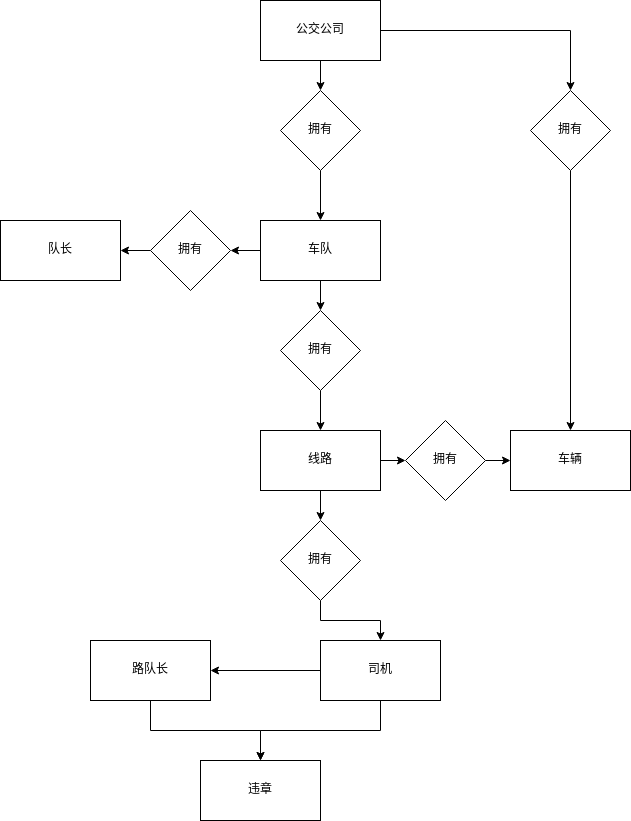
Earlier version of the draw.io export doc/er-image.png (xeonds/bus-admin). Source tidied: cells renumbered, new cells last; positions are measured from the earlier drawing's top-left corner, leaving out a move shared by most shapes. Source of this version:
```xml
<mxGraphModel>
  <root>
    <mxCell id="0" />
    <mxCell id="1" parent="0" />
    <mxCell id="2" style="edgeStyle=orthogonalEdgeStyle;rounded=0;jettySize=auto;html=1;entryX=0.5;entryY=0;entryDx=0;entryDy=0;" parent="1" edge="1" source="4" target="20">
      <mxGeometry relative="1" as="geometry" />
    </mxCell>
    <mxCell id="3" style="edgeStyle=orthogonalEdgeStyle;rounded=0;jettySize=auto;html=1;" parent="1" edge="1" source="4" target="24">
      <mxGeometry relative="1" as="geometry" />
    </mxCell>
    <mxCell id="4" value="&lt;div&gt;公交公司&lt;/div&gt;" style="rounded=0;whiteSpace=wrap;html=1;" parent="1" vertex="1">
      <mxGeometry x="260" width="120" height="60" as="geometry" />
    </mxCell>
    <mxCell id="5" value="&lt;div&gt;车辆&lt;/div&gt;" style="rounded=0;whiteSpace=wrap;html=1;" parent="1" vertex="1">
      <mxGeometry x="510" y="430" width="120" height="60" as="geometry" />
    </mxCell>
    <mxCell id="6" style="edgeStyle=orthogonalEdgeStyle;rounded=0;jettySize=auto;html=1;" parent="1" edge="1" source="8" target="26">
      <mxGeometry relative="1" as="geometry" />
    </mxCell>
    <mxCell id="7" style="edgeStyle=orthogonalEdgeStyle;rounded=0;jettySize=auto;html=1;" parent="1" edge="1" source="8" target="28">
      <mxGeometry relative="1" as="geometry" />
    </mxCell>
    <mxCell id="8" value="车队" style="rounded=0;whiteSpace=wrap;html=1;" parent="1" vertex="1">
      <mxGeometry x="260" y="220" width="120" height="60" as="geometry" />
    </mxCell>
    <mxCell id="9" style="edgeStyle=orthogonalEdgeStyle;rounded=0;jettySize=auto;html=1;" parent="1" edge="1" source="11" target="17">
      <mxGeometry relative="1" as="geometry" />
    </mxCell>
    <mxCell id="10" style="edgeStyle=orthogonalEdgeStyle;rounded=0;jettySize=auto;html=1;entryX=0.5;entryY=0;entryDx=0;entryDy=0;" parent="1" edge="1" source="11" target="18">
      <mxGeometry relative="1" as="geometry" />
    </mxCell>
    <mxCell id="11" value="司机" style="rounded=0;whiteSpace=wrap;html=1;" parent="1" vertex="1">
      <mxGeometry x="320" y="640" width="120" height="60" as="geometry" />
    </mxCell>
    <mxCell id="12" style="edgeStyle=orthogonalEdgeStyle;rounded=0;jettySize=auto;html=1;" parent="1" edge="1" source="14" target="22">
      <mxGeometry relative="1" as="geometry" />
    </mxCell>
    <mxCell id="13" style="edgeStyle=orthogonalEdgeStyle;rounded=0;jettySize=auto;html=1;entryX=0.5;entryY=0;entryDx=0;entryDy=0;" parent="1" edge="1" source="14" target="30">
      <mxGeometry relative="1" as="geometry" />
    </mxCell>
    <mxCell id="14" value="线路" style="whiteSpace=wrap;html=1;" parent="1" vertex="1">
      <mxGeometry x="260" y="430" width="120" height="60" as="geometry" />
    </mxCell>
    <mxCell id="15" value="&lt;div&gt;队长&lt;/div&gt;" style="whiteSpace=wrap;html=1;" parent="1" vertex="1">
      <mxGeometry y="220" width="120" height="60" as="geometry" />
    </mxCell>
    <mxCell id="16" style="edgeStyle=orthogonalEdgeStyle;rounded=0;jettySize=auto;html=1;entryX=0.5;entryY=0;entryDx=0;entryDy=0;" parent="1" edge="1" source="17" target="18">
      <mxGeometry relative="1" as="geometry" />
    </mxCell>
    <mxCell id="17" value="路队长" style="whiteSpace=wrap;html=1;" parent="1" vertex="1">
      <mxGeometry x="90" y="640" width="120" height="60" as="geometry" />
    </mxCell>
    <mxCell id="18" value="违章" style="whiteSpace=wrap;html=1;" parent="1" vertex="1">
      <mxGeometry x="200" y="760" width="120" height="60" as="geometry" />
    </mxCell>
    <mxCell id="19" style="edgeStyle=orthogonalEdgeStyle;rounded=0;jettySize=auto;html=1;" parent="1" edge="1" source="20" target="5">
      <mxGeometry relative="1" as="geometry" />
    </mxCell>
    <mxCell id="20" value="拥有" style="rhombus;whiteSpace=wrap;html=1;" parent="1" vertex="1">
      <mxGeometry x="530" y="90" width="80" height="80" as="geometry" />
    </mxCell>
    <mxCell id="21" style="edgeStyle=orthogonalEdgeStyle;rounded=0;jettySize=auto;html=1;" parent="1" edge="1" source="22" target="5">
      <mxGeometry relative="1" as="geometry" />
    </mxCell>
    <mxCell id="22" value="拥有" style="rhombus;whiteSpace=wrap;html=1;" parent="1" vertex="1">
      <mxGeometry x="405" y="420" width="80" height="80" as="geometry" />
    </mxCell>
    <mxCell id="23" style="edgeStyle=orthogonalEdgeStyle;rounded=0;jettySize=auto;html=1;" parent="1" edge="1" source="24" target="8">
      <mxGeometry relative="1" as="geometry" />
    </mxCell>
    <mxCell id="24" value="拥有" style="rhombus;whiteSpace=wrap;html=1;" parent="1" vertex="1">
      <mxGeometry x="280" y="90" width="80" height="80" as="geometry" />
    </mxCell>
    <mxCell id="25" style="edgeStyle=orthogonalEdgeStyle;rounded=0;jettySize=auto;html=1;" parent="1" edge="1" source="26" target="15">
      <mxGeometry relative="1" as="geometry" />
    </mxCell>
    <mxCell id="26" value="拥有" style="rhombus;whiteSpace=wrap;html=1;" parent="1" vertex="1">
      <mxGeometry x="150" y="210" width="80" height="80" as="geometry" />
    </mxCell>
    <mxCell id="27" style="edgeStyle=orthogonalEdgeStyle;rounded=0;jettySize=auto;html=1;" parent="1" edge="1" source="28" target="14">
      <mxGeometry relative="1" as="geometry" />
    </mxCell>
    <mxCell id="28" value="拥有" style="rhombus;whiteSpace=wrap;html=1;" parent="1" vertex="1">
      <mxGeometry x="280" y="310" width="80" height="80" as="geometry" />
    </mxCell>
    <mxCell id="29" style="edgeStyle=orthogonalEdgeStyle;rounded=0;jettySize=auto;html=1;entryX=0.5;entryY=0;entryDx=0;entryDy=0;" parent="1" edge="1" source="30" target="11">
      <mxGeometry relative="1" as="geometry" />
    </mxCell>
    <mxCell id="30" value="拥有" style="rhombus;whiteSpace=wrap;html=1;" parent="1" vertex="1">
      <mxGeometry x="280" y="520" width="80" height="80" as="geometry" />
    </mxCell>
  </root>
</mxGraphModel>
```
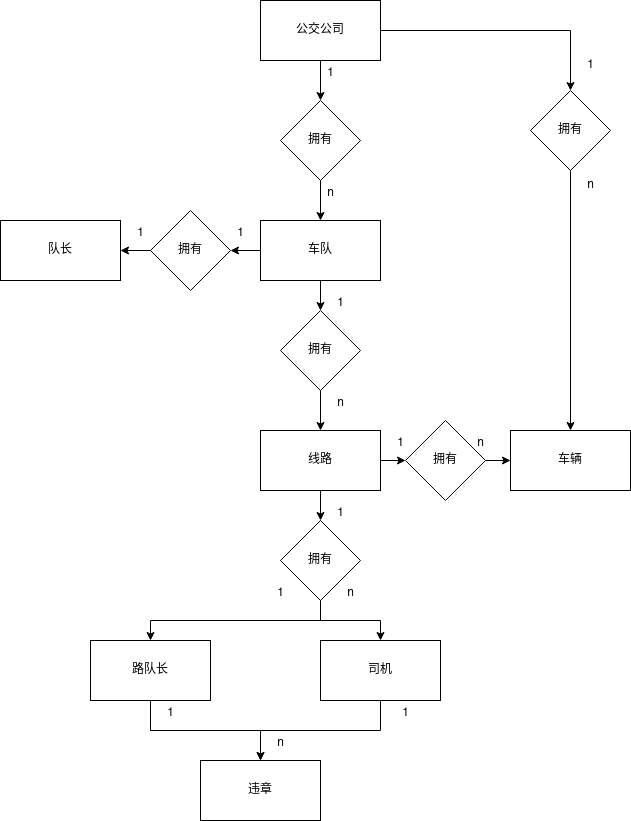
Later version of the same file.

Change to the diagram source:
```diff
@@ -23,7 +23,7 @@
     <mxCell id="8" value="车队" style="rounded=0;whiteSpace=wrap;html=1;" parent="1" vertex="1">
       <mxGeometry x="260" y="220" width="120" height="60" as="geometry" />
     </mxCell>
-    <mxCell id="9" style="edgeStyle=orthogonalEdgeStyle;rounded=0;jettySize=auto;html=1;" parent="1" edge="1" source="11" target="17">
+    <mxCell id="9" style="edgeStyle=orthogonalEdgeStyle;rounded=0;jettySize=auto;html=1;exitX=0.5;exitY=1;exitDx=0;exitDy=0;" parent="1" edge="1" source="30" target="17">
       <mxGeometry relative="1" as="geometry" />
     </mxCell>
     <mxCell id="10" style="edgeStyle=orthogonalEdgeStyle;rounded=0;jettySize=auto;html=1;entryX=0.5;entryY=0;entryDx=0;entryDy=0;" parent="1" edge="1" source="11" target="18">
@@ -69,7 +69,7 @@
       <mxGeometry relative="1" as="geometry" />
     </mxCell>
     <mxCell id="24" value="拥有" style="rhombus;whiteSpace=wrap;html=1;" parent="1" vertex="1">
-      <mxGeometry x="280" y="90" width="80" height="80" as="geometry" />
+      <mxGeometry x="280" y="100" width="80" height="80" as="geometry" />
     </mxCell>
     <mxCell id="25" style="edgeStyle=orthogonalEdgeStyle;rounded=0;jettySize=auto;html=1;" parent="1" edge="1" source="26" target="15">
       <mxGeometry relative="1" as="geometry" />
@@ -89,5 +89,53 @@
     <mxCell id="30" value="拥有" style="rhombus;whiteSpace=wrap;html=1;" parent="1" vertex="1">
       <mxGeometry x="280" y="520" width="80" height="80" as="geometry" />
     </mxCell>
+    <mxCell id="31" value="1" style="text;html=1;align=center;verticalAlign=middle;strokeColor=none;fillColor=none;" parent="1" vertex="1">
+      <mxGeometry x="575" y="50" width="30" height="30" as="geometry" />
+    </mxCell>
+    <mxCell id="32" value="n" style="text;html=1;align=center;verticalAlign=middle;strokeColor=none;fillColor=none;" parent="1" vertex="1">
+      <mxGeometry x="575" y="170" width="30" height="30" as="geometry" />
+    </mxCell>
+    <mxCell id="33" value="1" style="text;html=1;align=center;verticalAlign=middle;strokeColor=none;fillColor=none;" parent="1" vertex="1">
+      <mxGeometry x="315" y="58" width="30" height="30" as="geometry" />
+    </mxCell>
+    <mxCell id="34" value="n" style="text;html=1;align=center;verticalAlign=middle;strokeColor=none;fillColor=none;" parent="1" vertex="1">
+      <mxGeometry x="315" y="178" width="30" height="30" as="geometry" />
+    </mxCell>
+    <mxCell id="35" value="1" style="text;html=1;align=center;verticalAlign=middle;strokeColor=none;fillColor=none;" parent="1" vertex="1">
+      <mxGeometry x="225" y="218" width="30" height="30" as="geometry" />
+    </mxCell>
+    <mxCell id="36" value="1" style="text;html=1;align=center;verticalAlign=middle;strokeColor=none;fillColor=none;" parent="1" vertex="1">
+      <mxGeometry x="125" y="218" width="30" height="30" as="geometry" />
+    </mxCell>
+    <mxCell id="37" value="1" style="text;html=1;align=center;verticalAlign=middle;strokeColor=none;fillColor=none;" parent="1" vertex="1">
+      <mxGeometry x="325" y="288" width="30" height="30" as="geometry" />
+    </mxCell>
+    <mxCell id="38" value="n" style="text;html=1;align=center;verticalAlign=middle;strokeColor=none;fillColor=none;" parent="1" vertex="1">
+      <mxGeometry x="325" y="388" width="30" height="30" as="geometry" />
+    </mxCell>
+    <mxCell id="39" value="1" style="text;html=1;align=center;verticalAlign=middle;strokeColor=none;fillColor=none;" parent="1" vertex="1">
+      <mxGeometry x="325" y="498" width="30" height="30" as="geometry" />
+    </mxCell>
+    <mxCell id="40" value="n" style="text;html=1;align=center;verticalAlign=middle;strokeColor=none;fillColor=none;" parent="1" vertex="1">
+      <mxGeometry x="335" y="578" width="30" height="30" as="geometry" />
+    </mxCell>
+    <mxCell id="41" value="1" style="text;html=1;align=center;verticalAlign=middle;strokeColor=none;fillColor=none;" parent="1" vertex="1">
+      <mxGeometry x="265" y="578" width="30" height="30" as="geometry" />
+    </mxCell>
+    <mxCell id="42" value="1" style="text;html=1;align=center;verticalAlign=middle;strokeColor=none;fillColor=none;" parent="1" vertex="1">
+      <mxGeometry x="155" y="698" width="30" height="30" as="geometry" />
+    </mxCell>
+    <mxCell id="43" value="1" style="text;html=1;align=center;verticalAlign=middle;strokeColor=none;fillColor=none;" parent="1" vertex="1">
+      <mxGeometry x="390" y="698" width="30" height="30" as="geometry" />
+    </mxCell>
+    <mxCell id="44" value="n" style="text;html=1;align=center;verticalAlign=middle;strokeColor=none;fillColor=none;" parent="1" vertex="1">
+      <mxGeometry x="265" y="728" width="30" height="30" as="geometry" />
+    </mxCell>
+    <mxCell id="45" value="1" style="text;html=1;align=center;verticalAlign=middle;strokeColor=none;fillColor=none;" parent="1" vertex="1">
+      <mxGeometry x="385" y="428" width="30" height="30" as="geometry" />
+    </mxCell>
+    <mxCell id="46" value="n" style="text;html=1;align=center;verticalAlign=middle;strokeColor=none;fillColor=none;" parent="1" vertex="1">
+      <mxGeometry x="465" y="428" width="30" height="30" as="geometry" />
+    </mxCell>
   </root>
 </mxGraphModel>
```
